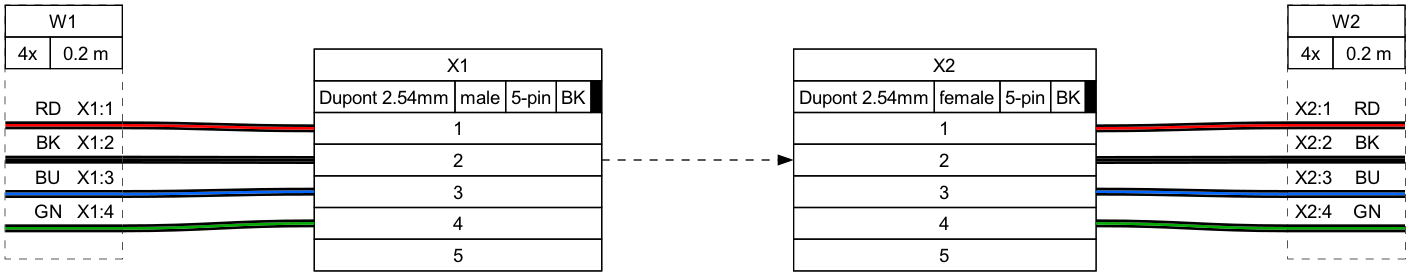
Earlier version of the Graphviz export examples/ex12.png (tobiasfalk/WireViz). Its source is kept beside it as examples/ex12.gv.
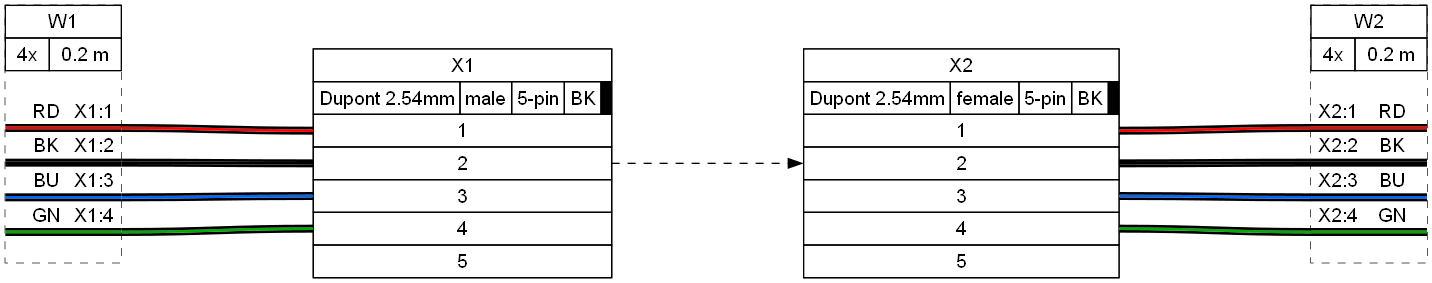
Later version of the same file.

Diff of the diagram source:
```diff
@@ -142,19 +142,7 @@
      <td align="right">X1:1 </td>
     </tr>
     <tr>
-     <td border="0" cellspacing="0" cellpadding="0" colspan="6" height="6" port="w1">
-      <table border="0" cellborder="0" cellspacing="0">
-       <tr>
-        <td bgcolor="#000000" border="0" cellpadding="0" colspan="6" height="2"></td>
-       </tr>
-       <tr>
-        <td bgcolor="#FF0000" border="0" cellpadding="0" colspan="6" height="2"></td>
-       </tr>
-       <tr>
-        <td bgcolor="#000000" border="0" cellpadding="0" colspan="6" height="2"></td>
-       </tr>
-      </table>
-     </td>
+     <td border="0" cellspacing="0" cellpadding="0" colspan="6" height="6" port="w1"></td>
     </tr>
     <tr>
      <td align="left"> </td>
@@ -165,19 +153,7 @@
      <td align="right">X1:2 </td>
     </tr>
     <tr>
-     <td border="0" cellspacing="0" cellpadding="0" colspan="6" height="6" port="w2">
-      <table border="0" cellborder="0" cellspacing="0">
-       <tr>
-        <td bgcolor="#000000" border="0" cellpadding="0" colspan="6" height="2"></td>
-       </tr>
-       <tr>
-        <td bgcolor="#000000" border="0" cellpadding="0" colspan="6" height="2"></td>
-       </tr>
-       <tr>
-        <td bgcolor="#000000" border="0" cellpadding="0" colspan="6" height="2"></td>
-       </tr>
-      </table>
-     </td>
+     <td border="0" cellspacing="0" cellpadding="0" colspan="6" height="6" port="w2"></td>
     </tr>
     <tr>
      <td align="left"> </td>
@@ -188,19 +164,7 @@
      <td align="right">X1:3 </td>
     </tr>
     <tr>
-     <td border="0" cellspacing="0" cellpadding="0" colspan="6" height="6" port="w3">
-      <table border="0" cellborder="0" cellspacing="0">
-       <tr>
-        <td bgcolor="#000000" border="0" cellpadding="0" colspan="6" height="2"></td>
-       </tr>
-       <tr>
-        <td bgcolor="#0066FF" border="0" cellpadding="0" colspan="6" height="2"></td>
-       </tr>
-       <tr>
-        <td bgcolor="#000000" border="0" cellpadding="0" colspan="6" height="2"></td>
-       </tr>
-      </table>
-     </td>
+     <td border="0" cellspacing="0" cellpadding="0" colspan="6" height="6" port="w3"></td>
     </tr>
     <tr>
      <td align="left"> </td>
@@ -211,19 +175,7 @@
      <td align="right">X1:4 </td>
     </tr>
     <tr>
-     <td border="0" cellspacing="0" cellpadding="0" colspan="6" height="6" port="w4">
-      <table border="0" cellborder="0" cellspacing="0">
-       <tr>
-        <td bgcolor="#000000" border="0" cellpadding="0" colspan="6" height="2"></td>
-       </tr>
-       <tr>
-        <td bgcolor="#00AA00" border="0" cellpadding="0" colspan="6" height="2"></td>
-       </tr>
-       <tr>
-        <td bgcolor="#000000" border="0" cellpadding="0" colspan="6" height="2"></td>
-       </tr>
-      </table>
-     </td>
+     <td border="0" cellspacing="0" cellpadding="0" colspan="6" height="6" port="w4"></td>
     </tr>
     <tr>
      <td>&nbsp;</td>
@@ -241,6 +193,10 @@
 	W1:w3:e -- X1:p3l:w
 	edge [color="#000000:#00AA00:#000000"]
 	W1:w4:e -- X1:p4l:w
+	W1:w1:e -- W1:w1:w [color="#000000:#FF0000:#000000" straight=straight]
+	W1:w2:e -- W1:w2:w [color="#000000:#000000:#000000" straight=straight]
+	W1:w3:e -- W1:w3:w [color="#000000:#0066FF:#000000" straight=straight]
+	W1:w4:e -- W1:w4:w [color="#000000:#00AA00:#000000" straight=straight]
 	W2 [label=<
 <table border="0" cellspacing="0" cellpadding="0" bgcolor="#FFFFFF">
  <tr>
@@ -277,19 +233,7 @@
      <td align="right"> </td>
     </tr>
     <tr>
-     <td border="0" cellspacing="0" cellpadding="0" colspan="6" height="6" port="w1">
-      <table border="0" cellborder="0" cellspacing="0">
-       <tr>
-        <td bgcolor="#000000" border="0" cellpadding="0" colspan="6" height="2"></td>
-       </tr>
-       <tr>
-        <td bgcolor="#FF0000" border="0" cellpadding="0" colspan="6" height="2"></td>
-       </tr>
-       <tr>
-        <td bgcolor="#000000" border="0" cellpadding="0" colspan="6" height="2"></td>
-       </tr>
-      </table>
-     </td>
+     <td border="0" cellspacing="0" cellpadding="0" colspan="6" height="6" port="w1"></td>
     </tr>
     <tr>
      <td align="left"> X2:2</td>
@@ -300,19 +244,7 @@
      <td align="right"> </td>
     </tr>
     <tr>
-     <td border="0" cellspacing="0" cellpadding="0" colspan="6" height="6" port="w2">
-      <table border="0" cellborder="0" cellspacing="0">
-       <tr>
-        <td bgcolor="#000000" border="0" cellpadding="0" colspan="6" height="2"></td>
-       </tr>
-       <tr>
-        <td bgcolor="#000000" border="0" cellpadding="0" colspan="6" height="2"></td>
-       </tr>
-       <tr>
-        <td bgcolor="#000000" border="0" cellpadding="0" colspan="6" height="2"></td>
-       </tr>
-      </table>
-     </td>
+     <td border="0" cellspacing="0" cellpadding="0" colspan="6" height="6" port="w2"></td>
     </tr>
     <tr>
      <td align="left"> X2:3</td>
@@ -323,19 +255,7 @@
      <td align="right"> </td>
     </tr>
     <tr>
-     <td border="0" cellspacing="0" cellpadding="0" colspan="6" height="6" port="w3">
-      <table border="0" cellborder="0" cellspacing="0">
-       <tr>
-        <td bgcolor="#000000" border="0" cellpadding="0" colspan="6" height="2"></td>
-       </tr>
-       <tr>
-        <td bgcolor="#0066FF" border="0" cellpadding="0" colspan="6" height="2"></td>
-       </tr>
-       <tr>
-        <td bgcolor="#000000" border="0" cellpadding="0" colspan="6" height="2"></td>
-       </tr>
-      </table>
-     </td>
+     <td border="0" cellspacing="0" cellpadding="0" colspan="6" height="6" port="w3"></td>
     </tr>
     <tr>
      <td align="left"> X2:4</td>
@@ -346,19 +266,7 @@
      <td align="right"> </td>
     </tr>
     <tr>
-     <td border="0" cellspacing="0" cellpadding="0" colspan="6" height="6" port="w4">
-      <table border="0" cellborder="0" cellspacing="0">
-       <tr>
-        <td bgcolor="#000000" border="0" cellpadding="0" colspan="6" height="2"></td>
-       </tr>
-       <tr>
-        <td bgcolor="#00AA00" border="0" cellpadding="0" colspan="6" height="2"></td>
-       </tr>
-       <tr>
-        <td bgcolor="#000000" border="0" cellpadding="0" colspan="6" height="2"></td>
-       </tr>
-      </table>
-     </td>
+     <td border="0" cellspacing="0" cellpadding="0" colspan="6" height="6" port="w4"></td>
     </tr>
     <tr>
      <td>&nbsp;</td>
@@ -376,6 +284,10 @@
 	X2:p3r:e -- W2:w3:w
 	edge [color="#000000:#00AA00:#000000"]
 	X2:p4r:e -- W2:w4:w
+	W2:w1:e -- W2:w1:w [color="#000000:#FF0000:#000000" straight=straight]
+	W2:w2:e -- W2:w2:w [color="#000000:#000000:#000000" straight=straight]
+	W2:w3:e -- W2:w3:w [color="#000000:#0066FF:#000000" straight=straight]
+	W2:w4:e -- W2:w4:w [color="#000000:#00AA00:#000000" straight=straight]
 	edge [color="#000000" dir=forward style=dashed]
 	X1:e -- X2:w
 }
```
